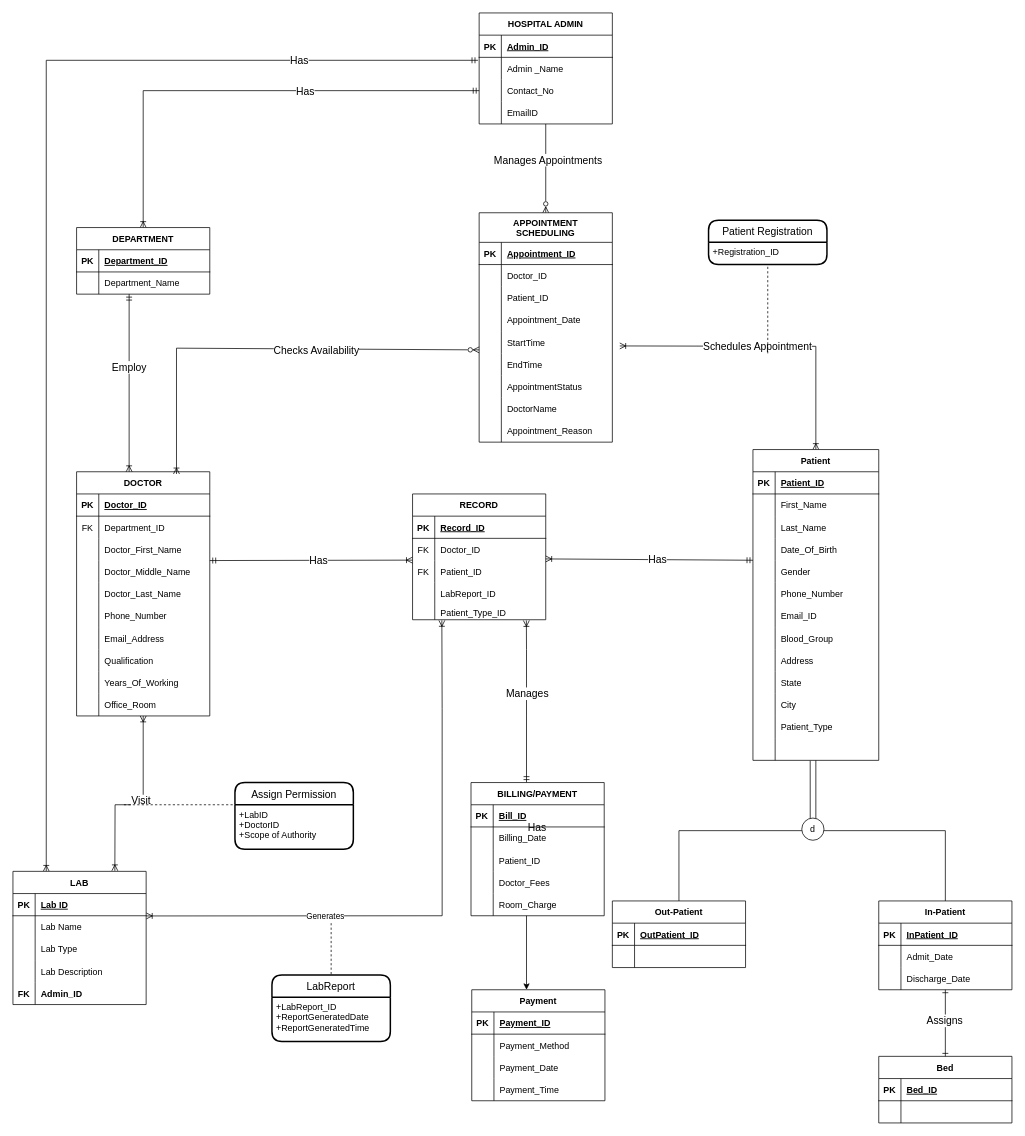
Earlier version of the draw.io diagram Untitled Diagram.drawio (KashyapKompella/DAMG6210_HospitalManagementDatabase). Source tidied: cells renumbered, new cells numbered last; positions are measured from the earlier drawing's top-left corner, leaving out a move shared by most shapes. Both pictures are drawn from the tidied source at 74%, with x=0, y=0 at pixel (13, 13).
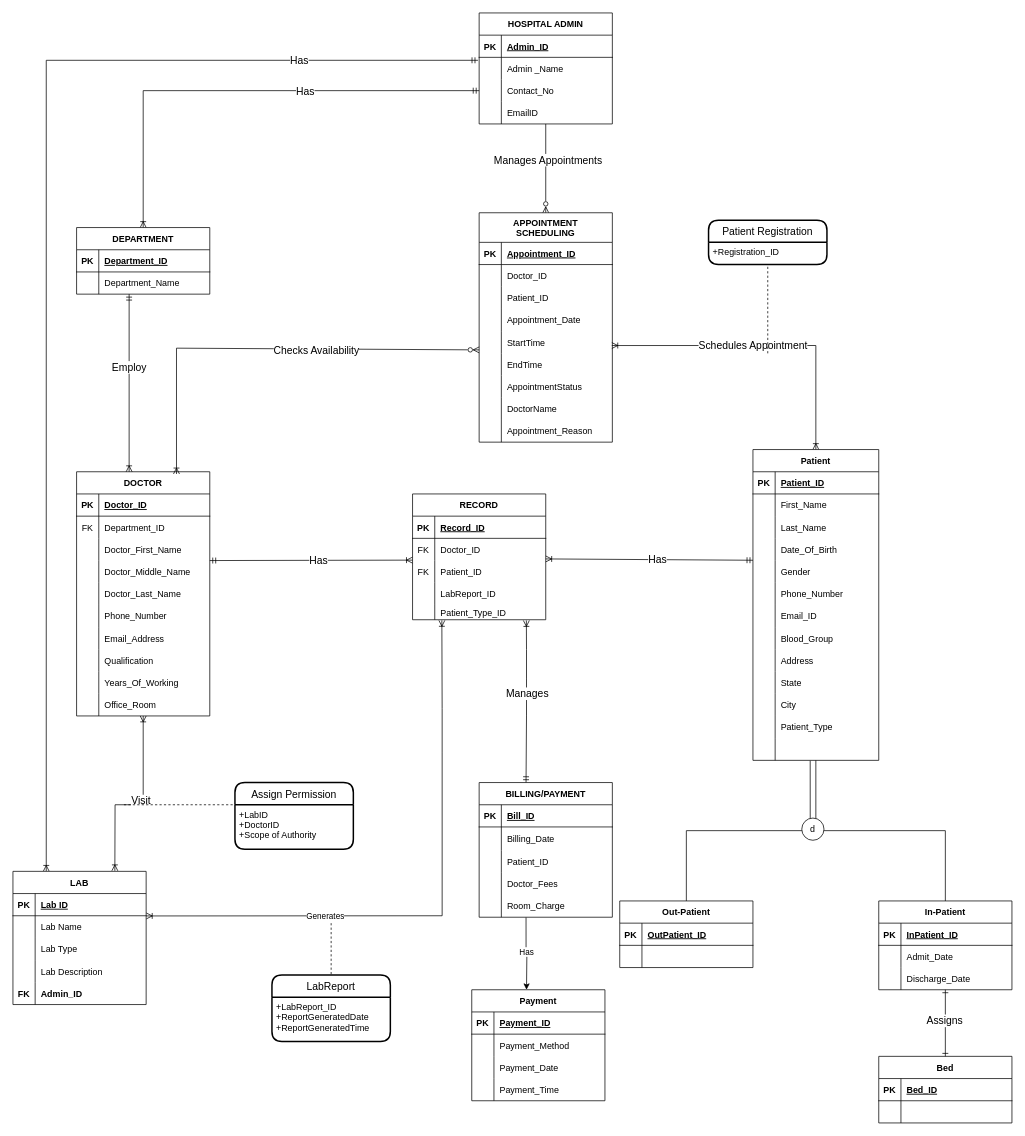
Above is the later version.

The change refers to these unchanged cells:
```xml
<mxCell id="14" style="rounded=0;jettySize=auto;html=1;startArrow=ERoneToMany;startFill=0;endArrow=ERoneToMany;endFill=0;exitX=1.001;exitY=0.009;exitDx=0;exitDy=0;entryX=0.22;entryY=1.042;entryDx=0;entryDy=0;entryPerimeter=0;exitPerimeter=0;" parent="1" edge="1" source="38" target="219">
  <mxGeometry relative="1" as="geometry">
    <Array as="points">
      <mxPoint x="580" y="1220" />
      <mxPoint x="580" y="1000" />
      <mxPoint x="580" y="940" />
    </Array>
  </mxGeometry>
</mxCell>
<mxCell id="103" style="shape=tableRow;horizontal=0;startSize=0;swimlaneHead=0;swimlaneBody=0;fillColor=none;points=[[0,0.5],[1,0.5]];portConstraint=eastwest;top=0;left=0;right=0;bottom=0;fontSize=12;" parent="90" vertex="1">
  <mxGeometry y="160" width="180" height="30" as="geometry" />
</mxCell>
<mxCell id="156" value="Patient" style="shape=table;startSize=30;childLayout=tableLayout;rowLines=0;fontStyle=1;align=center;fontSize=12;" parent="1" vertex="1">
  <mxGeometry x="1000" y="590" width="170" height="420" as="geometry" />
</mxCell>
```

The edit, as a diff of the source:
```diff
@@
-    <mxCell id="6" style="edgeStyle=orthogonalEdgeStyle;rounded=0;jettySize=auto;html=1;endArrow=ERoneToMany;endFill=0;startArrow=ERoneToMany;startFill=0;exitX=1;exitY=0.5;exitDx=0;exitDy=0;entryX=0.5;entryY=0;entryDx=0;entryDy=0;" parent="1" edge="1" target="156">
-      <mxGeometry relative="1" as="geometry">
-        <mxPoint x="820" y="450" as="sourcePoint" />
-      </mxGeometry>
+    <mxCell id="6" style="edgeStyle=orthogonalEdgeStyle;rounded=0;jettySize=auto;html=1;endArrow=ERoneToMany;endFill=0;startArrow=ERoneToMany;startFill=0;exitX=0.996;exitY=0.648;exitDx=0;exitDy=0;entryX=0.5;entryY=0;entryDx=0;entryDy=0;exitPerimeter=0;" parent="1" edge="1" source="103" target="156">
+      <mxGeometry relative="1" as="geometry" />
     </mxCell>
@@
-    <mxCell id="8" style="rounded=0;orthogonalLoop=1;jettySize=auto;html=1;endArrow=ERmandOne;endFill=0;startArrow=ERoneToMany;startFill=0;exitX=0.721;exitY=1.05;exitDx=0;exitDy=0;exitPerimeter=0;" parent="1" edge="1">
+    <mxCell id="8" style="rounded=0;jettySize=auto;html=1;endArrow=ERmandOne;endFill=0;startArrow=ERoneToMany;startFill=0;exitX=0.721;exitY=1.05;exitDx=0;exitDy=0;exitPerimeter=0;entryX=0.352;entryY=0.001;entryDx=0;entryDy=0;entryPerimeter=0;" parent="1" edge="1" target="118">
       <mxGeometry relative="1" as="geometry">
         <mxPoint x="693.8" y="821" as="sourcePoint" />
-        <mxPoint x="694" y="1040" as="targetPoint" />
         <Array as="points">
           <mxPoint x="694" y="860" />
           <mxPoint x="694" y="900" />
           <mxPoint x="694" y="950" />
         </Array>
       </mxGeometry>
     </mxCell>
@@
-    <mxCell id="15" value="Has" style="edgeLabel;html=1;align=center;verticalAlign=middle;fontSize=14;" parent="14" vertex="1">
-      <mxGeometry x="-0.04" y="-2" relative="1" as="geometry">
-        <mxPoint x="143" y="-122" as="offset" />
-      </mxGeometry>
-    </mxCell>
@@
     <mxCell id="118" value="BILLING/PAYMENT" style="shape=table;startSize=30;childLayout=tableLayout;rowLines=0;fontStyle=1;align=center;fontSize=12;" parent="1" vertex="1">
-      <mxGeometry x="619" y="1040" width="180" height="180" as="geometry" />
+      <mxGeometry x="630" y="1040" width="180" height="182" as="geometry" />
     </mxCell>
@@
     <mxCell id="122" style="shape=tableRow;horizontal=0;startSize=0;swimlaneHead=0;swimlaneBody=0;fillColor=none;top=0;left=0;right=0;bottom=0;fontSize=12;" parent="118" vertex="1">
-      <mxGeometry y="60" width="180" height="30" as="geometry" />
+      <mxGeometry y="60" width="180" height="32" as="geometry" />
     </mxCell>
     <mxCell id="123" style="shape=partialRectangle;fillColor=none;top=0;left=0;bottom=0;right=0;overflow=hidden;fontSize=12;" parent="122" vertex="1">
-      <mxGeometry width="30" height="30" as="geometry" />
+      <mxGeometry width="30" height="32" as="geometry" />
     </mxCell>
     <mxCell id="124" value="Billing_Date" style="shape=partialRectangle;fillColor=none;top=0;left=0;bottom=0;right=0;align=left;spacingLeft=6;overflow=hidden;fontSize=12;" parent="122" vertex="1">
-      <mxGeometry x="30" width="150" height="30" as="geometry" />
+      <mxGeometry x="30" width="150" height="32" as="geometry" />
     </mxCell>
     <mxCell id="125" style="shape=tableRow;horizontal=0;startSize=0;swimlaneHead=0;swimlaneBody=0;fillColor=none;top=0;left=0;right=0;bottom=0;fontSize=12;" parent="118" vertex="1">
-      <mxGeometry y="90" width="180" height="30" as="geometry" />
+      <mxGeometry y="92" width="180" height="30" as="geometry" />
     </mxCell>
@@
     <mxCell id="128" style="shape=tableRow;horizontal=0;startSize=0;swimlaneHead=0;swimlaneBody=0;fillColor=none;top=0;left=0;right=0;bottom=0;fontSize=12;" parent="118" vertex="1">
-      <mxGeometry y="120" width="180" height="30" as="geometry" />
+      <mxGeometry y="122" width="180" height="30" as="geometry" />
     </mxCell>
@@
     <mxCell id="131" style="shape=tableRow;horizontal=0;startSize=0;swimlaneHead=0;swimlaneBody=0;fillColor=none;points=[[0,0.5],[1,0.5]];portConstraint=eastwest;top=0;left=0;right=0;bottom=0;fontSize=12;" parent="118" vertex="1">
-      <mxGeometry y="150" width="180" height="30" as="geometry" />
+      <mxGeometry y="152" width="180" height="30" as="geometry" />
     </mxCell>
@@
     <mxCell id="199" value="Out-Patient" style="shape=table;startSize=30;childLayout=tableLayout;rowLines=0;fontStyle=1;align=center;fontSize=12;" parent="1" vertex="1">
-      <mxGeometry x="810" y="1200" width="180" height="90" as="geometry" />
+      <mxGeometry x="820" y="1200" width="180" height="90" as="geometry" />
     </mxCell>
@@
+    <mxCell id="238" style="edgeStyle=orthogonalEdgeStyle;rounded=0;jettySize=auto;html=1;exitX=0.352;exitY=1.012;exitDx=0;exitDy=0;exitPerimeter=0;" parent="1" edge="1" source="131">
+      <mxGeometry relative="1" as="geometry">
+        <mxPoint x="694" y="1320" as="targetPoint" />
+      </mxGeometry>
+    </mxCell>
+    <mxCell id="15" value="Has" style="edgeLabel;html=1;align=center;verticalAlign=middle;" parent="238" vertex="1">
+      <mxGeometry x="-0.07" relative="1" as="geometry" />
+    </mxCell>
@@
-    <mxCell id="238" style="edgeStyle=orthogonalEdgeStyle;rounded=0;orthogonalLoop=1;jettySize=auto;html=1;" parent="1" edge="1">
-      <mxGeometry relative="1" as="geometry">
-        <mxPoint x="694" y="1220" as="sourcePoint" />
-        <mxPoint x="694" y="1320" as="targetPoint" />
-      </mxGeometry>
-    </mxCell>
```
